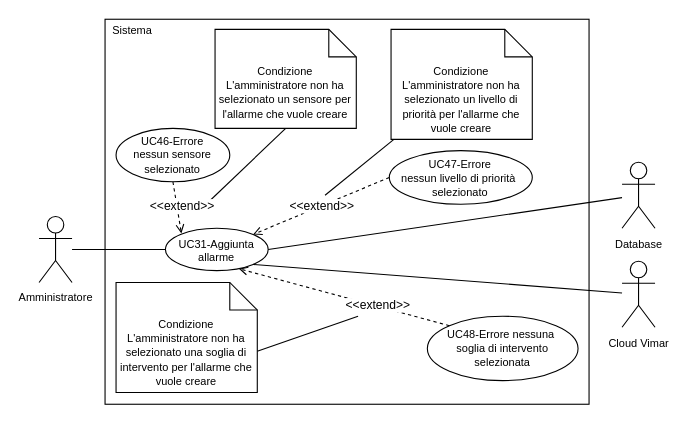
This is 2-RTB/Documenti_esterni/Analisi_dei_requisiti/draw.io/UC31.drawio from SnakeByteTeam/snakebyteteam.github.io, a draw.io file, before an edit. Source tidied: cells renumbered, new cells numbered last; positions are measured from the earlier drawing's top-left corner, leaving out a move shared by most shapes. Both pictures are drawn from the tidied source at 110%, with x=0, y=0 at pixel (38, 19).
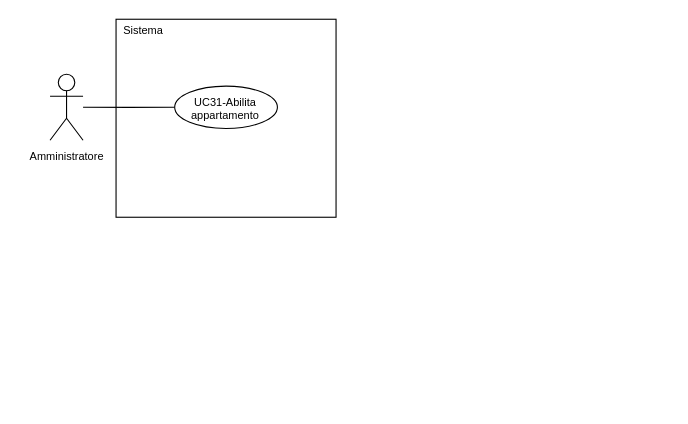
After the change.

Diff of the diagram source:
```diff
@@
     <mxCell id="2" value="&lt;font style=&quot;font-size: 10px; line-height: 100%;&quot;&gt;Amministratore&lt;/font&gt;" style="shape=umlActor;verticalLabelPosition=bottom;verticalAlign=top;html=1;outlineConnect=0;" parent="1" vertex="1">
-      <mxGeometry y="179.3" width="30" height="60" as="geometry" />
+      <mxGeometry x="10" y="50" width="30" height="60" as="geometry" />
     </mxCell>
     <mxCell id="3" style="rounded=0;whiteSpace=wrap;html=1;" parent="1" vertex="1">
-      <mxGeometry x="60" width="440" height="350" as="geometry" />
+      <mxGeometry x="70" width="200" height="180" as="geometry" />
     </mxCell>
@@
-    <mxCell id="5" value="&lt;div style=&quot;line-height: 100%;&quot;&gt;&lt;font style=&quot;line-height: 100%; font-size: 10px;&quot;&gt;UC31-Aggiunta&lt;/font&gt;&lt;/div&gt;&lt;div style=&quot;line-height: 100%;&quot;&gt;&lt;font style=&quot;line-height: 100%; font-size: 10px;&quot;&gt;allarme&lt;/font&gt;&lt;/div&gt;" style="ellipse;whiteSpace=wrap;html=1;" parent="1" vertex="1">
-      <mxGeometry x="114.9" y="190" width="93.4" height="38.5" as="geometry" />
+    <mxCell id="5" value="&lt;div style=&quot;line-height: 100%;&quot;&gt;&lt;font style=&quot;line-height: 100%; font-size: 10px;&quot;&gt;UC31-Abilita&lt;br&gt;&lt;/font&gt;&lt;/div&gt;&lt;div style=&quot;line-height: 100%;&quot;&gt;&lt;font style=&quot;line-height: 100%; font-size: 10px;&quot;&gt;appartamento&lt;/font&gt;&lt;/div&gt;" style="ellipse;whiteSpace=wrap;html=1;" parent="1" vertex="1">
+      <mxGeometry x="123.3" y="60.8" width="93.4" height="38.5" as="geometry" />
     </mxCell>
     <mxCell id="6" value="&lt;font style=&quot;font-size: 10px;&quot;&gt;Sistema&lt;/font&gt;" style="text;html=1;whiteSpace=wrap;strokeColor=none;fillColor=none;align=center;verticalAlign=middle;rounded=0;" parent="1" vertex="1">
-      <mxGeometry x="60" width="50" height="20" as="geometry" />
+      <mxGeometry x="70" width="50" height="20" as="geometry" />
     </mxCell>
-    <mxCell id="7" value="&lt;div style=&quot;line-height: 100%;&quot;&gt;&lt;font style=&quot;line-height: 100%; font-size: 10px;&quot;&gt;UC47-Errore&lt;/font&gt;&lt;/div&gt;&lt;div style=&quot;line-height: 100%;&quot;&gt;&lt;font style=&quot;line-height: 100%; font-size: 10px;&quot;&gt;nessun livello&amp;nbsp;&lt;/font&gt;&lt;span style=&quot;font-size: 10px; background-color: transparent; color: light-dark(rgb(0, 0, 0), rgb(255, 255, 255));&quot;&gt;di priorità&amp;nbsp;&lt;/span&gt;&lt;/div&gt;&lt;div style=&quot;line-height: 100%;&quot;&gt;&lt;font style=&quot;line-height: 100%; font-size: 10px;&quot;&gt;selezionato&lt;/font&gt;&lt;/div&gt;" style="ellipse;whiteSpace=wrap;html=1;" parent="1" vertex="1">
-      <mxGeometry x="318.4" y="119.4" width="130" height="48.8" as="geometry" />
-    </mxCell>
-    <mxCell id="8" value="&lt;div style=&quot;line-height: 100%;&quot;&gt;&lt;font style=&quot;line-height: 100%; font-size: 10px;&quot;&gt;UC46-Errore&lt;/font&gt;&lt;/div&gt;&lt;div style=&quot;line-height: 100%;&quot;&gt;&lt;span style=&quot;font-size: 10px; background-color: transparent; color: light-dark(rgb(0, 0, 0), rgb(255, 255, 255));&quot;&gt;nessun sensore&lt;/span&gt;&lt;/div&gt;&lt;div style=&quot;line-height: 100%;&quot;&gt;&lt;font style=&quot;line-height: 100%; font-size: 10px;&quot;&gt;selezionato&lt;/font&gt;&lt;/div&gt;" style="ellipse;whiteSpace=wrap;html=1;" parent="1" vertex="1">
-      <mxGeometry x="70" y="99.2" width="103.4" height="48.5" as="geometry" />
-    </mxCell>
-    <mxCell id="9" value="&lt;div style=&quot;line-height: 100%;&quot;&gt;&lt;font style=&quot;line-height: 100%; font-size: 10px;&quot;&gt;UC48&lt;/font&gt;&lt;span style=&quot;font-size: 10px; background-color: transparent; color: light-dark(rgb(0, 0, 0), rgb(255, 255, 255));&quot;&gt;-Errore nessuna&amp;nbsp;&lt;/span&gt;&lt;/div&gt;&lt;div style=&quot;line-height: 100%;&quot;&gt;&lt;span style=&quot;font-size: 10px; background-color: transparent; color: light-dark(rgb(0, 0, 0), rgb(255, 255, 255));&quot;&gt;soglia di intervento selezionata&lt;/span&gt;&lt;/div&gt;" style="ellipse;whiteSpace=wrap;html=1;" parent="1" vertex="1">
-      <mxGeometry x="353" y="270" width="137" height="58.5" as="geometry" />
-    </mxCell>
-    <mxCell id="10" style="rounded=0;jettySize=auto;html=1;endArrow=none;endFill=0;exitX=0.5;exitY=1;exitDx=0;exitDy=0;exitPerimeter=0;" parent="1" edge="1" source="11">
-      <mxGeometry relative="1" as="geometry">
-        <mxPoint x="150" y="170" as="targetPoint" />
-      </mxGeometry>
-    </mxCell>
-    <mxCell id="11" value="&lt;div style=&quot;line-height: 100%;&quot;&gt;&lt;font style=&quot;font-size: 10px;&quot;&gt;Condizione&lt;/font&gt;&lt;div&gt;&lt;font style=&quot;font-size: 10px;&quot;&gt;L'amministratore non ha selezionato un sensore per l'allarme che vuole creare&lt;/font&gt;&lt;/div&gt;&lt;/div&gt;" style="shape=note2;boundedLbl=1;whiteSpace=wrap;html=1;size=25;verticalAlign=top;align=center;" parent="1" vertex="1">
-      <mxGeometry x="160" y="9.2" width="128.4" height="90" as="geometry" />
-    </mxCell>
-    <mxCell id="12" value="&amp;lt;&amp;lt;extend&amp;gt;&amp;gt;" style="endArrow=open;endSize=6;dashed=1;html=1;rounded=0;exitX=0.5;exitY=1;exitDx=0;exitDy=0;entryX=0;entryY=0;entryDx=0;entryDy=0;" parent="1" edge="1" source="8">
-      <mxGeometry x="-0.02" y="5" relative="1" as="geometry">
-        <mxPoint x="129.4" y="194.7" as="targetPoint" />
-      </mxGeometry>
-    </mxCell>
-    <mxCell id="13" value="&amp;lt;&amp;lt;extend&amp;gt;&amp;gt;" style="endArrow=open;endSize=6;dashed=1;html=1;rounded=0;exitX=0;exitY=0.5;exitDx=0;exitDy=0;entryX=1;entryY=0;entryDx=0;entryDy=0;" parent="1" edge="1" source="7" target="5">
-      <mxGeometry relative="1" as="geometry" />
-    </mxCell>
-    <mxCell id="14" value="&amp;lt;&amp;lt;extend&amp;gt;&amp;gt;" style="endArrow=open;endSize=6;dashed=1;html=1;rounded=0;exitX=0;exitY=0;exitDx=0;exitDy=0;entryX=0.714;entryY=0.955;entryDx=0;entryDy=0;entryPerimeter=0;" parent="1" edge="1" source="9" target="5">
-      <mxGeometry x="-0.31" y="-1" relative="1" as="geometry" />
-    </mxCell>
-    <mxCell id="15" style="rounded=0;jettySize=auto;html=1;endArrow=none;endFill=0;" parent="1" edge="1" source="16">
-      <mxGeometry relative="1" as="geometry">
-        <mxPoint x="260" y="160" as="targetPoint" />
-      </mxGeometry>
-    </mxCell>
-    <mxCell id="16" value="&lt;div style=&quot;line-height: 100%;&quot;&gt;&lt;font style=&quot;font-size: 10px;&quot;&gt;Condizione&lt;/font&gt;&lt;div&gt;&lt;font style=&quot;font-size: 10px;&quot;&gt;L'amministratore non ha selezionato un livello di priorità per l'allarme che vuole creare&lt;/font&gt;&lt;/div&gt;&lt;/div&gt;" style="shape=note2;boundedLbl=1;whiteSpace=wrap;html=1;size=25;verticalAlign=top;align=center;" parent="1" vertex="1">
-      <mxGeometry x="320" y="9.2" width="128.4" height="100" as="geometry" />
-    </mxCell>
-    <mxCell id="17" style="rounded=0;jettySize=auto;html=1;endArrow=none;endFill=0;exitX=0;exitY=0;exitDx=128.36;exitDy=62.5;exitPerimeter=0;" parent="1" edge="1" source="18">
-      <mxGeometry relative="1" as="geometry">
-        <mxPoint x="290" y="270" as="targetPoint" />
-      </mxGeometry>
-    </mxCell>
-    <mxCell id="18" value="&lt;div style=&quot;line-height: 100%;&quot;&gt;&lt;font style=&quot;font-size: 10px;&quot;&gt;Condizione&lt;/font&gt;&lt;div&gt;&lt;font style=&quot;font-size: 10px;&quot;&gt;L'amministratore non ha selezionato una soglia di intervento per l'allarme che vuole creare&lt;/font&gt;&lt;/div&gt;&lt;/div&gt;" style="shape=note2;boundedLbl=1;whiteSpace=wrap;html=1;size=25;verticalAlign=top;align=center;" parent="1" vertex="1">
-      <mxGeometry x="70" y="239.3" width="128.4" height="100" as="geometry" />
-    </mxCell>
-    <mxCell id="19" style="rounded=0;jettySize=auto;html=1;entryX=1;entryY=0.5;entryDx=0;entryDy=0;endArrow=none;endFill=0;" parent="1" edge="1" source="20" target="5">
-      <mxGeometry relative="1" as="geometry" />
-    </mxCell>
-    <mxCell id="20" value="&lt;font style=&quot;font-size: 10px; line-height: 100%;&quot;&gt;Database&lt;/font&gt;" style="shape=umlActor;verticalLabelPosition=bottom;verticalAlign=top;html=1;outlineConnect=0;" parent="1" vertex="1">
-      <mxGeometry x="530" y="130" width="30" height="60" as="geometry" />
-    </mxCell>
-    <mxCell id="21" style="rounded=0;jettySize=auto;html=1;entryX=1;entryY=1;entryDx=0;entryDy=0;endArrow=none;endFill=0;" parent="1" edge="1" source="22" target="5">
-      <mxGeometry relative="1" as="geometry" />
-    </mxCell>
-    <mxCell id="22" value="&lt;font style=&quot;font-size: 10px; line-height: 100%;&quot;&gt;Cloud Vimar&lt;/font&gt;" style="shape=umlActor;verticalLabelPosition=bottom;verticalAlign=top;html=1;outlineConnect=0;" parent="1" vertex="1">
-      <mxGeometry x="530" y="220" width="30" height="60" as="geometry" />
-    </mxCell>
```
